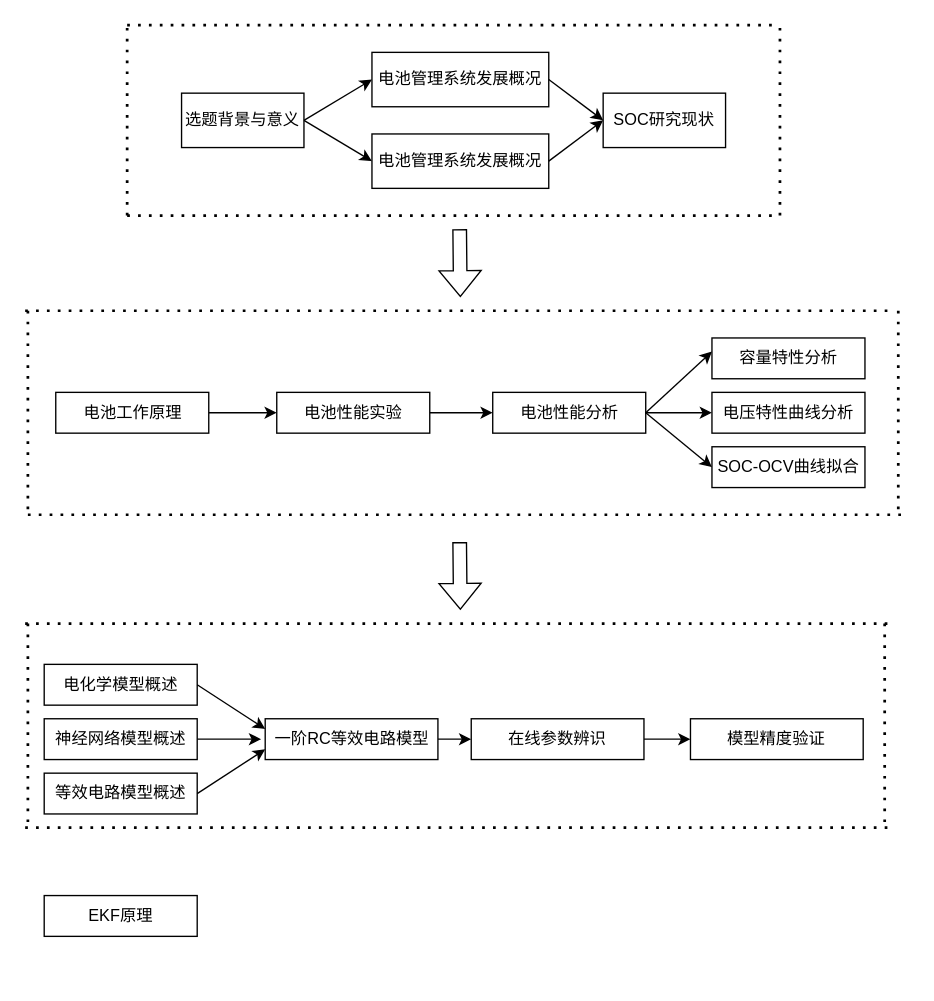
Above: Untitled Diagram.drawio in limpuslee/lyricsgithub.io (draw.io), before the change. Source tidied: cells renumbered, new cells numbered last; positions are measured from the earlier drawing's top-left corner, leaving out a move shared by most shapes. Both pictures are drawn from the tidied source at 136%, with x=0, y=0 at pixel (24, 24).
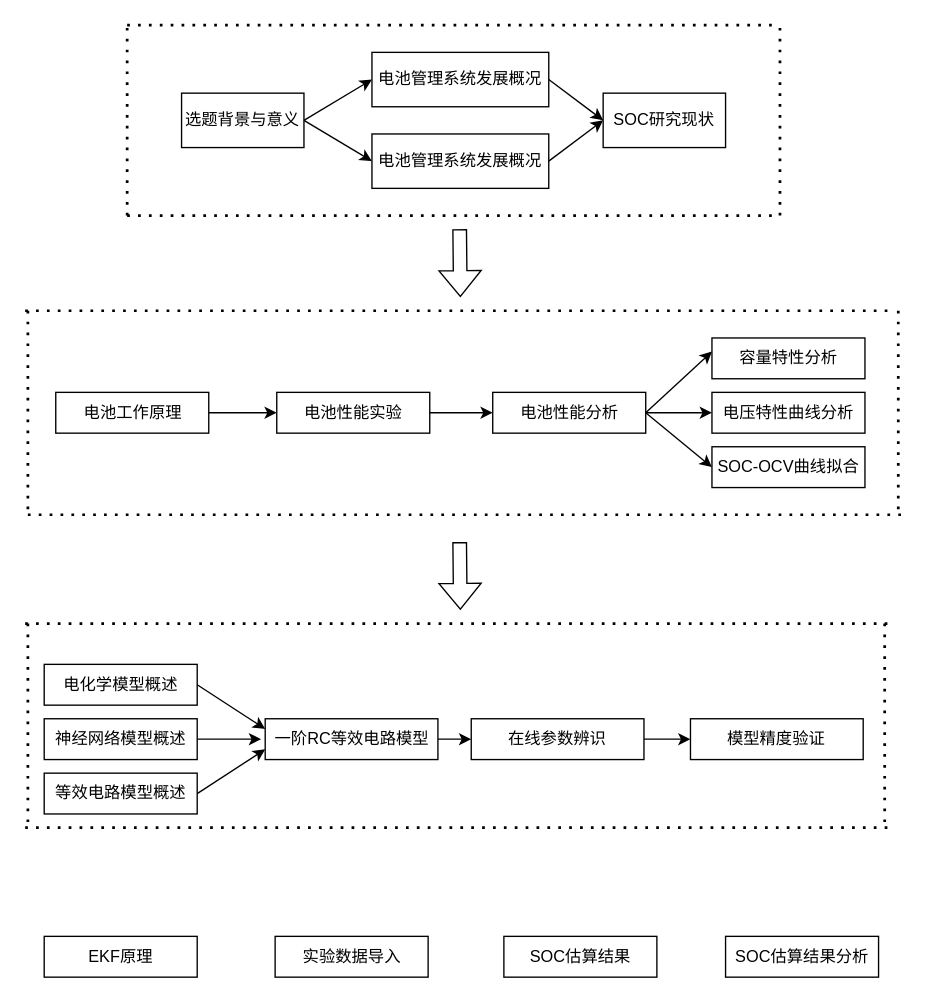
The same page after the edit.

What changed in the source:
```diff
@@
     <mxCell id="46" value="EKF原理" style="rounded=0;whiteSpace=wrap;html=1;rotation=0;" parent="1" vertex="1">
-      <mxGeometry x="14" y="640" width="112.5" height="30" as="geometry" />
+      <mxGeometry x="14" y="670" width="112.5" height="30" as="geometry" />
     </mxCell>
+    <mxCell id="47" value="实验数据导入" style="rounded=0;whiteSpace=wrap;html=1;rotation=0;" parent="1" vertex="1">
+      <mxGeometry x="183.8" y="670" width="112.5" height="30" as="geometry" />
+    </mxCell>
+    <mxCell id="48" value="SOC估算结果" style="rounded=0;whiteSpace=wrap;html=1;rotation=0;" parent="1" vertex="1">
+      <mxGeometry x="352" y="670" width="112.5" height="30" as="geometry" />
+    </mxCell>
+    <mxCell id="49" value="SOC估算结果分析" style="rounded=0;whiteSpace=wrap;html=1;rotation=0;" parent="1" vertex="1">
+      <mxGeometry x="515" y="670" width="112.5" height="30" as="geometry" />
+    </mxCell>
```
